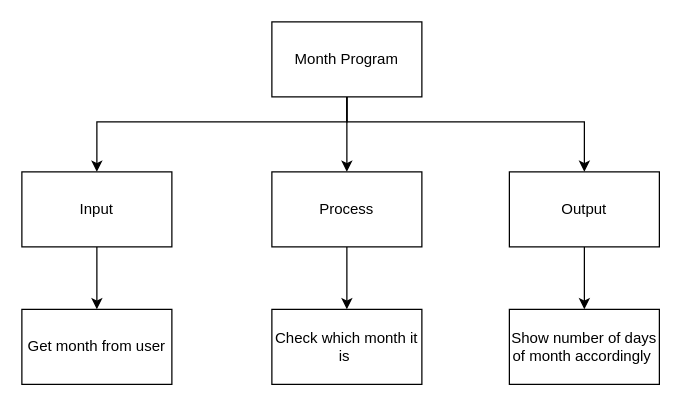
Above: top-down.drawio in Huzaifa-Khalid-2/ICS3U-Unit4-07-Python (draw.io), before the change. Source tidied: cells renumbered, new cells numbered last; positions are measured from the earlier drawing's top-left corner, leaving out a move shared by most shapes. Both pictures are drawn from the tidied source at 125%, with x=0, y=0 at pixel (21, 21).
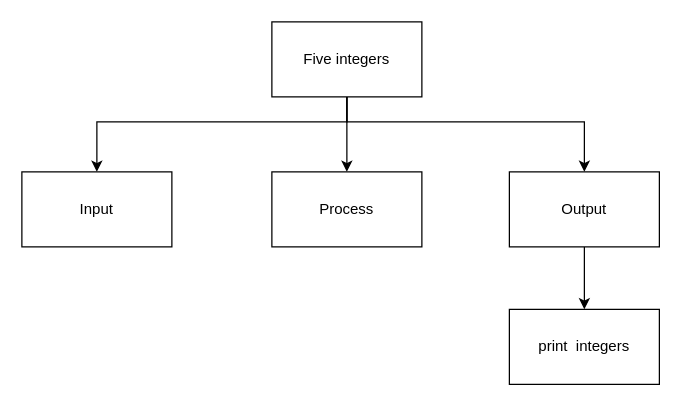
After the change.

Change to the diagram source:
```diff
@@
 <mxGraphModel>
   <root>
     <mxCell id="0" />
     <mxCell id="1" parent="0" />
     <mxCell id="2" style="edgeStyle=none;html=1;entryX=0.5;entryY=0;entryDx=0;entryDy=0;" parent="1" edge="1" source="5" target="7">
       <mxGeometry relative="1" as="geometry" />
     </mxCell>
     <mxCell id="3" style="edgeStyle=orthogonalEdgeStyle;html=1;rounded=0;" parent="1" edge="1" source="5" target="9">
       <mxGeometry relative="1" as="geometry">
         <Array as="points">
           <mxPoint x="260" y="80" />
           <mxPoint x="60" y="80" />
         </Array>
       </mxGeometry>
     </mxCell>
     <mxCell id="4" style="edgeStyle=orthogonalEdgeStyle;rounded=0;html=1;" parent="1" edge="1" source="5" target="11">
       <mxGeometry relative="1" as="geometry">
         <Array as="points">
           <mxPoint x="260" y="80" />
           <mxPoint x="450" y="80" />
         </Array>
       </mxGeometry>
     </mxCell>
-    <mxCell id="5" value="Month Program" style="rounded=0;whiteSpace=wrap;html=1;" parent="1" vertex="1">
+    <mxCell id="5" value="Five integers" style="rounded=0;whiteSpace=wrap;html=1;" parent="1" vertex="1">
       <mxGeometry x="200" width="120" height="60" as="geometry" />
     </mxCell>
-    <mxCell id="6" style="edgeStyle=orthogonalEdgeStyle;html=1;entryX=0.5;entryY=0;entryDx=0;entryDy=0;rounded=0;" parent="1" edge="1" source="7" target="13">
-      <mxGeometry relative="1" as="geometry" />
-    </mxCell>
     <mxCell id="7" value="Process" style="rounded=0;whiteSpace=wrap;html=1;" parent="1" vertex="1">
       <mxGeometry x="200" y="120" width="120" height="60" as="geometry" />
     </mxCell>
-    <mxCell id="8" style="edgeStyle=orthogonalEdgeStyle;rounded=0;html=1;" parent="1" edge="1" source="9" target="12">
-      <mxGeometry relative="1" as="geometry">
-        <Array as="points">
-          <mxPoint x="60" y="230" />
-          <mxPoint x="60" y="230" />
-        </Array>
-      </mxGeometry>
-    </mxCell>
     <mxCell id="9" value="Input" style="rounded=0;whiteSpace=wrap;html=1;" parent="1" vertex="1">
       <mxGeometry y="120" width="120" height="60" as="geometry" />
     </mxCell>
     <mxCell id="10" style="edgeStyle=orthogonalEdgeStyle;rounded=0;html=1;" parent="1" edge="1" source="11" target="14">
       <mxGeometry relative="1" as="geometry" />
     </mxCell>
     <mxCell id="11" value="Output" style="rounded=0;whiteSpace=wrap;html=1;" parent="1" vertex="1">
       <mxGeometry x="390" y="120" width="120" height="60" as="geometry" />
     </mxCell>
-    <mxCell id="12" value="Get month from user" style="rounded=0;whiteSpace=wrap;html=1;" parent="1" vertex="1">
-      <mxGeometry y="230" width="120" height="60" as="geometry" />
-    </mxCell>
-    <mxCell id="13" value="Check which month it is&amp;nbsp;" style="rounded=0;whiteSpace=wrap;html=1;" parent="1" vertex="1">
-      <mxGeometry x="200" y="230" width="120" height="60" as="geometry" />
-    </mxCell>
-    <mxCell id="14" value="Show number of days of month accordingly&amp;nbsp;" style="rounded=0;whiteSpace=wrap;html=1;" parent="1" vertex="1">
+    <mxCell id="14" value="print&amp;nbsp; integers" style="rounded=0;whiteSpace=wrap;html=1;" parent="1" vertex="1">
       <mxGeometry x="390" y="230" width="120" height="60" as="geometry" />
     </mxCell>
   </root>
 </mxGraphModel>
```
